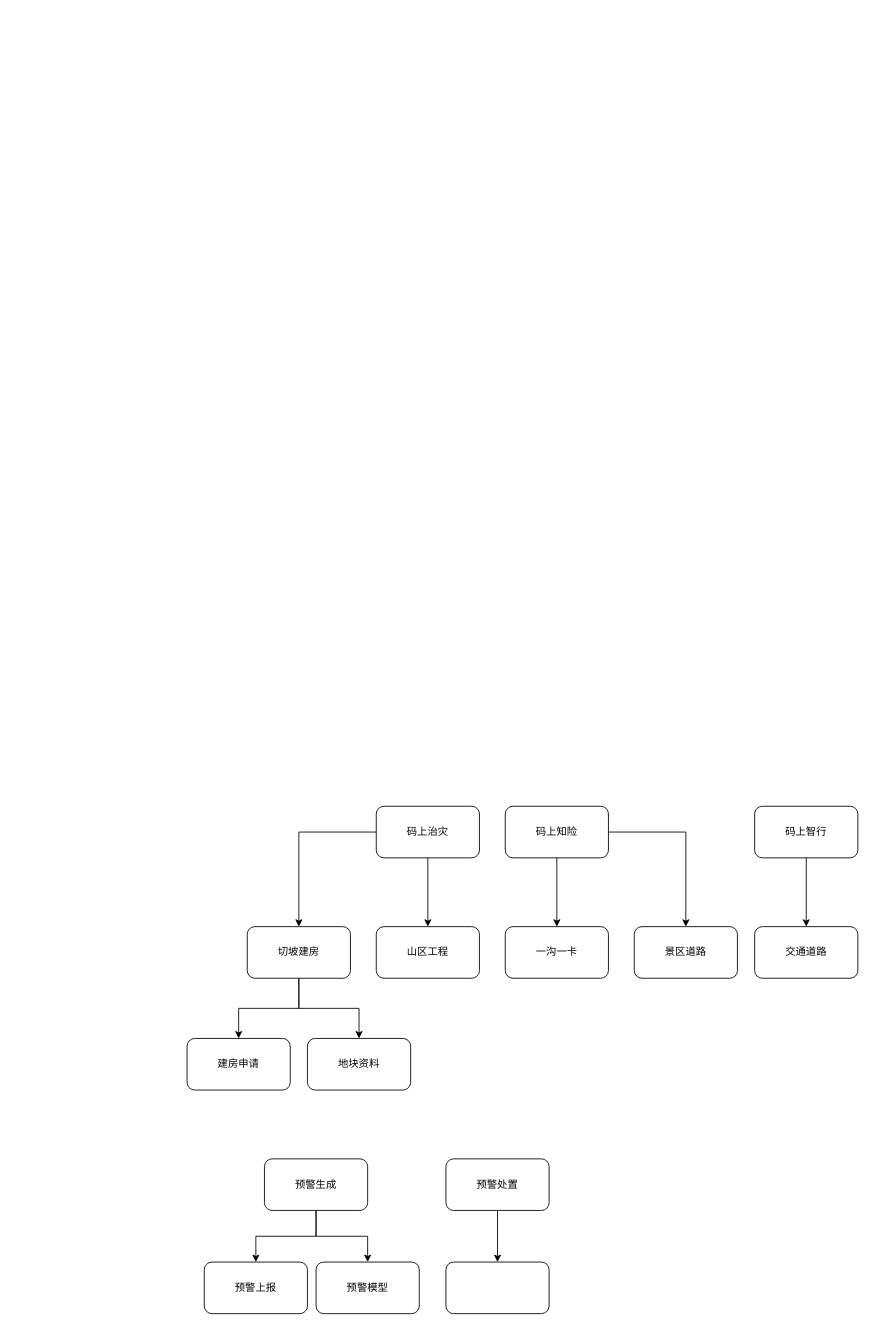
Before: 柯城地灾模块设计.drawio in shoacom/docs, a draw.io diagram. Source tidied: cells renumbered, new cells numbered last; positions are measured from the earlier drawing's top-left corner, leaving out a move shared by most shapes. Both pictures are drawn from the tidied source at 86%, with x=0, y=0 at pixel (187, 806).
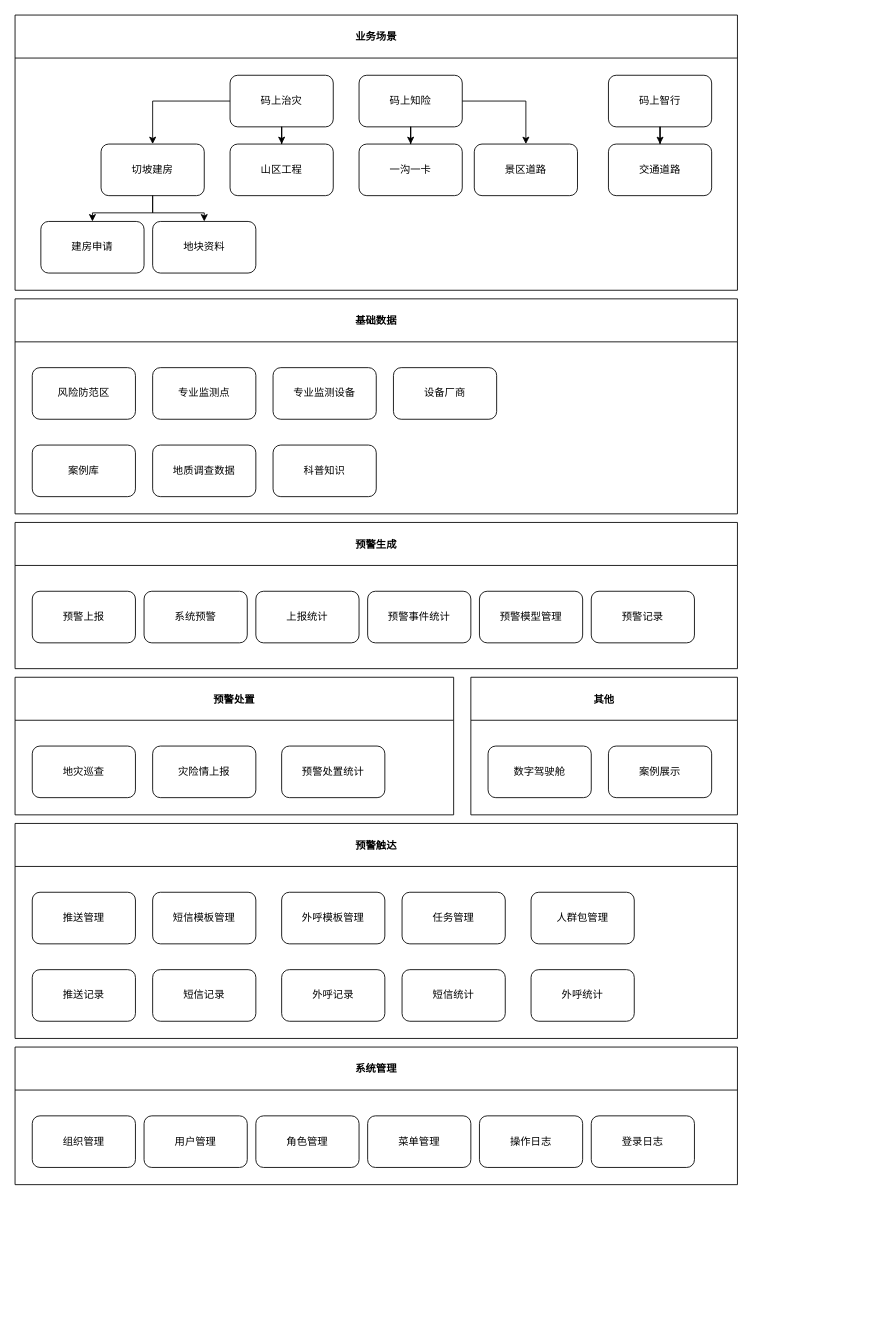
The same page after the edit.

Commit message (it also covers changes not shown here):
Update 柯城地灾模块设计.drawio

Diff of the diagram source:
```diff
@@
+    <mxCell id="27" value="业务场景" style="swimlane;fontColor=default;strokeColor=default;fillColor=default;startSize=50;" parent="1" vertex="1">
+      <mxGeometry x="-200" y="-920" width="840" height="320" as="geometry" />
+    </mxCell>
+    <mxCell id="4" value="码上治灾" style="rounded=1;whiteSpace=wrap;html=1;fillColor=default;strokeColor=default;fontColor=default;labelBackgroundColor=default;" parent="27" vertex="1">
+      <mxGeometry x="250" y="70" width="120" height="60" as="geometry" />
+    </mxCell>
+    <mxCell id="7" value="切坡建房" style="whiteSpace=wrap;html=1;rounded=1;fillColor=default;strokeColor=default;fontColor=default;labelBackgroundColor=default;" parent="27" vertex="1">
+      <mxGeometry x="100" y="150" width="120" height="60" as="geometry" />
+    </mxCell>
-    <mxCell id="2" style="edgeStyle=orthogonalEdgeStyle;rounded=0;jettySize=auto;html=1;fontColor=default;" parent="1" edge="1" source="4" target="7">
+    <mxCell id="2" style="edgeStyle=orthogonalEdgeStyle;rounded=0;jettySize=auto;html=1;fontColor=default;strokeColor=default;labelBackgroundColor=default;fillColor=default;" parent="27" edge="1" source="4" target="7">
       <mxGeometry relative="1" as="geometry" />
     </mxCell>
+    <mxCell id="8" value="山区工程" style="whiteSpace=wrap;html=1;rounded=1;strokeColor=default;labelBackgroundColor=default;fontColor=default;fillColor=default;" parent="27" vertex="1">
+      <mxGeometry x="250" y="150" width="120" height="60" as="geometry" />
+    </mxCell>
-    <mxCell id="3" style="edgeStyle=orthogonalEdgeStyle;rounded=0;jettySize=auto;html=1;fontColor=default;" parent="1" edge="1" source="4" target="8">
+    <mxCell id="3" style="edgeStyle=orthogonalEdgeStyle;rounded=0;jettySize=auto;html=1;fontColor=default;strokeColor=default;labelBackgroundColor=default;fillColor=default;" parent="27" edge="1" source="4" target="8">
       <mxGeometry relative="1" as="geometry" />
     </mxCell>
-    <mxCell id="4" value="码上治灾" style="rounded=1;whiteSpace=wrap;html=1;fillColor=default;strokeColor=default;fontColor=default;" parent="1" vertex="1">
-      <mxGeometry x="220" width="120" height="60" as="geometry" />
-    </mxCell>
-    <mxCell id="5" style="edgeStyle=orthogonalEdgeStyle;rounded=0;jettySize=auto;html=1;fontColor=default;" parent="1" edge="1" source="7" target="17">
-      <mxGeometry relative="1" as="geometry" />
-    </mxCell>
-    <mxCell id="6" style="edgeStyle=orthogonalEdgeStyle;rounded=0;jettySize=auto;html=1;fontColor=default;" parent="1" edge="1" source="7" target="18">
-      <mxGeometry relative="1" as="geometry" />
-    </mxCell>
-    <mxCell id="7" value="切坡建房" style="whiteSpace=wrap;html=1;rounded=1;fillColor=default;strokeColor=default;fontColor=default;" parent="1" vertex="1">
-      <mxGeometry x="70" y="140" width="120" height="60" as="geometry" />
-    </mxCell>
-    <mxCell id="8" value="山区工程" style="whiteSpace=wrap;html=1;rounded=1;" parent="1" vertex="1">
-      <mxGeometry x="220" y="140" width="120" height="60" as="geometry" />
-    </mxCell>
-    <mxCell id="9" style="edgeStyle=orthogonalEdgeStyle;rounded=0;jettySize=auto;html=1;fontColor=default;" parent="1" edge="1" source="11" target="12">
-      <mxGeometry relative="1" as="geometry" />
-    </mxCell>
-    <mxCell id="10" style="edgeStyle=orthogonalEdgeStyle;rounded=0;jettySize=auto;html=1;fontColor=default;" parent="1" edge="1" source="11" target="13">
-      <mxGeometry relative="1" as="geometry" />
-    </mxCell>
-    <mxCell id="11" value="码上知险" style="rounded=1;whiteSpace=wrap;html=1;fillColor=default;strokeColor=default;fontColor=default;" parent="1" vertex="1">
-      <mxGeometry x="370" width="120" height="60" as="geometry" />
+    <mxCell id="11" value="码上知险" style="rounded=1;whiteSpace=wrap;html=1;fillColor=default;strokeColor=default;fontColor=default;labelBackgroundColor=default;" parent="27" vertex="1">
+      <mxGeometry x="400" y="70" width="120" height="60" as="geometry" />
     </mxCell>
-    <mxCell id="12" value="一沟一卡" style="whiteSpace=wrap;html=1;rounded=1;" parent="1" vertex="1">
-      <mxGeometry x="370" y="140" width="120" height="60" as="geometry" />
+    <mxCell id="12" value="一沟一卡" style="whiteSpace=wrap;html=1;rounded=1;strokeColor=default;labelBackgroundColor=default;fontColor=default;fillColor=default;" parent="27" vertex="1">
+      <mxGeometry x="400" y="150" width="120" height="60" as="geometry" />
     </mxCell>
+    <mxCell id="9" style="edgeStyle=orthogonalEdgeStyle;rounded=0;jettySize=auto;html=1;fontColor=default;strokeColor=default;labelBackgroundColor=default;fillColor=default;" parent="27" edge="1" source="11" target="12">
+      <mxGeometry relative="1" as="geometry" />
+    </mxCell>
-    <mxCell id="13" value="景区道路" style="whiteSpace=wrap;html=1;rounded=1;fillColor=default;strokeColor=default;fontColor=default;" parent="1" vertex="1">
-      <mxGeometry x="520" y="140" width="120" height="60" as="geometry" />
+    <mxCell id="13" value="景区道路" style="whiteSpace=wrap;html=1;rounded=1;fillColor=default;strokeColor=default;fontColor=default;labelBackgroundColor=default;" parent="27" vertex="1">
+      <mxGeometry x="534" y="150" width="120" height="60" as="geometry" />
     </mxCell>
-    <mxCell id="14" style="edgeStyle=orthogonalEdgeStyle;rounded=0;jettySize=auto;html=1;fontColor=default;" parent="1" edge="1" source="15" target="16">
-      <mxGeometry relative="1" as="geometry" />
-    </mxCell>
+    <mxCell id="10" style="edgeStyle=orthogonalEdgeStyle;rounded=0;jettySize=auto;html=1;fontColor=default;strokeColor=default;labelBackgroundColor=default;fillColor=default;" parent="27" edge="1" source="11" target="13">
+      <mxGeometry relative="1" as="geometry" />
+    </mxCell>
-    <mxCell id="15" value="码上智行" style="rounded=1;whiteSpace=wrap;html=1;fillColor=default;strokeColor=default;fontColor=default;" parent="1" vertex="1">
-      <mxGeometry x="660" width="120" height="60" as="geometry" />
+    <mxCell id="15" value="码上智行" style="rounded=1;whiteSpace=wrap;html=1;fillColor=default;strokeColor=default;fontColor=default;labelBackgroundColor=default;" parent="27" vertex="1">
+      <mxGeometry x="690" y="70" width="120" height="60" as="geometry" />
     </mxCell>
-    <mxCell id="16" value="交通道路" style="whiteSpace=wrap;html=1;rounded=1;" parent="1" vertex="1">
-      <mxGeometry x="660" y="140" width="120" height="60" as="geometry" />
+    <mxCell id="16" value="交通道路" style="whiteSpace=wrap;html=1;rounded=1;strokeColor=default;labelBackgroundColor=default;fontColor=default;fillColor=default;" parent="27" vertex="1">
+      <mxGeometry x="690" y="150" width="120" height="60" as="geometry" />
     </mxCell>
+    <mxCell id="14" style="edgeStyle=orthogonalEdgeStyle;rounded=0;jettySize=auto;html=1;fontColor=default;strokeColor=default;labelBackgroundColor=default;fillColor=default;" parent="27" edge="1" source="15" target="16">
+      <mxGeometry relative="1" as="geometry" />
+    </mxCell>
+    <mxCell id="18" value="地块资料" style="whiteSpace=wrap;html=1;rounded=1;fillColor=default;strokeColor=default;fontColor=default;labelBackgroundColor=default;" parent="27" vertex="1">
+      <mxGeometry x="160" y="240" width="120" height="60" as="geometry" />
+    </mxCell>
+    <mxCell id="6" style="edgeStyle=orthogonalEdgeStyle;rounded=0;jettySize=auto;html=1;fontColor=default;strokeColor=default;labelBackgroundColor=default;fillColor=default;" parent="27" edge="1" source="7" target="18">
+      <mxGeometry relative="1" as="geometry" />
+    </mxCell>
-    <mxCell id="17" value="建房申请" style="whiteSpace=wrap;html=1;rounded=1;fillColor=default;strokeColor=default;fontColor=default;" parent="1" vertex="1">
-      <mxGeometry y="270" width="120" height="60" as="geometry" />
+    <mxCell id="17" value="&lt;span&gt;建房申请&lt;/span&gt;" style="whiteSpace=wrap;html=1;rounded=1;labelBackgroundColor=default;fillColor=default;strokeColor=default;fontColor=default;" parent="27" vertex="1">
+      <mxGeometry x="30" y="240" width="120" height="60" as="geometry" />
     </mxCell>
-    <mxCell id="18" value="地块资料" style="whiteSpace=wrap;html=1;rounded=1;fillColor=default;strokeColor=default;fontColor=default;" parent="1" vertex="1">
-      <mxGeometry x="140" y="270" width="120" height="60" as="geometry" />
-    </mxCell>
-    <mxCell id="19" style="edgeStyle=orthogonalEdgeStyle;rounded=0;jettySize=auto;html=1;fontColor=default;" parent="1" edge="1" source="21" target="22">
-      <mxGeometry relative="1" as="geometry" />
-    </mxCell>
-    <mxCell id="20" style="edgeStyle=orthogonalEdgeStyle;rounded=0;jettySize=auto;html=1;fontColor=default;" parent="1" edge="1" source="21" target="23">
-      <mxGeometry relative="1" as="geometry" />
-    </mxCell>
+    <mxCell id="5" style="edgeStyle=orthogonalEdgeStyle;rounded=0;jettySize=auto;html=1;labelBackgroundColor=default;fontColor=default;strokeColor=default;fillColor=default;" parent="27" edge="1" source="7" target="17">
+      <mxGeometry relative="1" as="geometry" />
+    </mxCell>
+    <mxCell id="28" value="基础数据" style="swimlane;fontColor=default;strokeColor=default;fillColor=default;startSize=50;" parent="1" vertex="1">
+      <mxGeometry x="-200" y="-590" width="840" height="250" as="geometry" />
+    </mxCell>
+    <mxCell id="29" value="风险防范区" style="rounded=1;whiteSpace=wrap;html=1;labelBackgroundColor=default;fontColor=default;strokeColor=default;fillColor=default;" parent="28" vertex="1">
+      <mxGeometry x="20" y="80" width="120" height="60" as="geometry" />
+    </mxCell>
+    <mxCell id="30" value="专业监测点" style="rounded=1;whiteSpace=wrap;html=1;labelBackgroundColor=default;fontColor=default;strokeColor=default;fillColor=default;" parent="28" vertex="1">
+      <mxGeometry x="160" y="80" width="120" height="60" as="geometry" />
+    </mxCell>
+    <mxCell id="31" value="专业监测设备" style="rounded=1;whiteSpace=wrap;html=1;labelBackgroundColor=default;fontColor=default;strokeColor=default;fillColor=default;" parent="28" vertex="1">
+      <mxGeometry x="300" y="80" width="120" height="60" as="geometry" />
+    </mxCell>
+    <mxCell id="32" value="设备厂商" style="rounded=1;whiteSpace=wrap;html=1;labelBackgroundColor=default;fontColor=default;strokeColor=default;fillColor=default;" parent="28" vertex="1">
+      <mxGeometry x="440" y="80" width="120" height="60" as="geometry" />
+    </mxCell>
+    <mxCell id="33" value="案例库" style="rounded=1;whiteSpace=wrap;html=1;labelBackgroundColor=default;fontColor=default;strokeColor=default;fillColor=default;" parent="28" vertex="1">
+      <mxGeometry x="20" y="170" width="120" height="60" as="geometry" />
+    </mxCell>
+    <mxCell id="34" value="地质调查数据" style="rounded=1;whiteSpace=wrap;html=1;labelBackgroundColor=default;fontColor=default;strokeColor=default;fillColor=default;" parent="28" vertex="1">
+      <mxGeometry x="160" y="170" width="120" height="60" as="geometry" />
+    </mxCell>
+    <mxCell id="35" value="科普知识" style="rounded=1;whiteSpace=wrap;html=1;labelBackgroundColor=default;fontColor=default;strokeColor=default;fillColor=default;" parent="28" vertex="1">
+      <mxGeometry x="300" y="170" width="120" height="60" as="geometry" />
+    </mxCell>
-    <mxCell id="21" value="预警生成" style="rounded=1;whiteSpace=wrap;html=1;fontColor=default;strokeColor=default;fillColor=default;" parent="1" vertex="1">
-      <mxGeometry x="90" y="410" width="120" height="60" as="geometry" />
+    <mxCell id="21" value="预警生成" style="swimlane;fontColor=default;strokeColor=default;fillColor=default;startSize=50;" parent="1" vertex="1">
+      <mxGeometry x="-200" y="-330" width="840" height="170" as="geometry" />
     </mxCell>
+    <mxCell id="36" value="系统预警" style="rounded=1;whiteSpace=wrap;html=1;labelBackgroundColor=default;fontColor=default;strokeColor=default;fillColor=default;" parent="21" vertex="1">
+      <mxGeometry x="150" y="80" width="120" height="60" as="geometry" />
+    </mxCell>
-    <mxCell id="22" value="预警上报" style="whiteSpace=wrap;html=1;rounded=1;fillColor=default;strokeColor=default;fontColor=default;" parent="1" vertex="1">
-      <mxGeometry x="20" y="530" width="120" height="60" as="geometry" />
+    <mxCell id="22" value="预警上报" style="rounded=1;whiteSpace=wrap;html=1;labelBackgroundColor=default;fontColor=default;strokeColor=default;fillColor=default;" parent="21" vertex="1">
+      <mxGeometry x="20" y="80" width="120" height="60" as="geometry" />
     </mxCell>
-    <mxCell id="23" value="预警模型" style="whiteSpace=wrap;html=1;rounded=1;fillColor=default;strokeColor=default;fontColor=default;" parent="1" vertex="1">
-      <mxGeometry x="150" y="530" width="120" height="60" as="geometry" />
-    </mxCell>
-    <mxCell id="24" style="edgeStyle=orthogonalEdgeStyle;rounded=0;jettySize=auto;html=1;fontColor=default;" parent="1" edge="1" source="25" target="26">
-      <mxGeometry relative="1" as="geometry" />
-    </mxCell>
+    <mxCell id="37" value="上报统计" style="rounded=1;whiteSpace=wrap;html=1;labelBackgroundColor=default;fontColor=default;strokeColor=default;fillColor=default;" parent="21" vertex="1">
+      <mxGeometry x="280" y="80" width="120" height="60" as="geometry" />
+    </mxCell>
+    <mxCell id="38" value="预警事件统计" style="rounded=1;whiteSpace=wrap;html=1;labelBackgroundColor=default;fontColor=default;strokeColor=default;fillColor=default;" parent="21" vertex="1">
+      <mxGeometry x="410" y="80" width="120" height="60" as="geometry" />
+    </mxCell>
+    <mxCell id="39" value="预警模型管理" style="rounded=1;whiteSpace=wrap;html=1;labelBackgroundColor=default;fontColor=default;strokeColor=default;fillColor=default;" parent="21" vertex="1">
+      <mxGeometry x="540" y="80" width="120" height="60" as="geometry" />
+    </mxCell>
+    <mxCell id="40" value="预警记录" style="rounded=1;whiteSpace=wrap;html=1;labelBackgroundColor=default;fontColor=default;strokeColor=default;fillColor=default;" parent="21" vertex="1">
+      <mxGeometry x="670" y="80" width="120" height="60" as="geometry" />
+    </mxCell>
-    <mxCell id="25" value="预警处置" style="rounded=1;whiteSpace=wrap;html=1;fontColor=default;strokeColor=default;fillColor=default;" parent="1" vertex="1">
-      <mxGeometry x="301" y="410" width="120" height="60" as="geometry" />
+    <mxCell id="25" value="预警处置" style="swimlane;fontColor=default;strokeColor=default;fillColor=default;startSize=50;" parent="1" vertex="1">
+      <mxGeometry x="-200" y="-150" width="510" height="160" as="geometry" />
     </mxCell>
-    <mxCell id="26" style="whiteSpace=wrap;html=1;rounded=1;fillColor=default;strokeColor=default;fontColor=default;" parent="1" vertex="1">
-      <mxGeometry x="301" y="530" width="120" height="60" as="geometry" />
-    </mxCell>
+    <mxCell id="41" value="灾险情上报" style="rounded=1;whiteSpace=wrap;html=1;labelBackgroundColor=default;fontColor=default;strokeColor=default;fillColor=default;" parent="25" vertex="1">
+      <mxGeometry x="160" y="80" width="120" height="60" as="geometry" />
+    </mxCell>
+    <mxCell id="42" value="地灾巡查" style="rounded=1;whiteSpace=wrap;html=1;labelBackgroundColor=default;fontColor=default;strokeColor=default;fillColor=default;" parent="25" vertex="1">
+      <mxGeometry x="20" y="80" width="120" height="60" as="geometry" />
+    </mxCell>
+    <mxCell id="43" value="预警处置统计" style="rounded=1;whiteSpace=wrap;html=1;labelBackgroundColor=default;fontColor=default;strokeColor=default;fillColor=default;" parent="25" vertex="1">
+      <mxGeometry x="310" y="80" width="120" height="60" as="geometry" />
+    </mxCell>
+    <mxCell id="44" value="预警触达" style="swimlane;fontColor=default;strokeColor=default;fillColor=default;startSize=50;" parent="1" vertex="1">
+      <mxGeometry x="-200" y="20" width="840" height="250" as="geometry" />
+    </mxCell>
+    <mxCell id="45" value="短信模板管理" style="rounded=1;whiteSpace=wrap;html=1;labelBackgroundColor=default;fontColor=default;strokeColor=default;fillColor=default;" parent="44" vertex="1">
+      <mxGeometry x="160" y="80" width="120" height="60" as="geometry" />
+    </mxCell>
+    <mxCell id="46" value="推送管理" style="rounded=1;whiteSpace=wrap;html=1;labelBackgroundColor=default;fontColor=default;strokeColor=default;fillColor=default;" parent="44" vertex="1">
+      <mxGeometry x="20" y="80" width="120" height="60" as="geometry" />
+    </mxCell>
+    <mxCell id="47" value="外呼模板管理" style="rounded=1;whiteSpace=wrap;html=1;labelBackgroundColor=default;fontColor=default;strokeColor=default;fillColor=default;" parent="44" vertex="1">
+      <mxGeometry x="310" y="80" width="120" height="60" as="geometry" />
+    </mxCell>
+    <mxCell id="48" value="任务管理" style="rounded=1;whiteSpace=wrap;html=1;labelBackgroundColor=default;fontColor=default;strokeColor=default;fillColor=default;" parent="44" vertex="1">
+      <mxGeometry x="450" y="80" width="120" height="60" as="geometry" />
+    </mxCell>
+    <mxCell id="49" value="人群包管理" style="rounded=1;whiteSpace=wrap;html=1;labelBackgroundColor=default;fontColor=default;strokeColor=default;fillColor=default;" parent="44" vertex="1">
+      <mxGeometry x="600" y="80" width="120" height="60" as="geometry" />
+    </mxCell>
+    <mxCell id="50" value="短信记录" style="rounded=1;whiteSpace=wrap;html=1;labelBackgroundColor=default;fontColor=default;strokeColor=default;fillColor=default;" parent="44" vertex="1">
+      <mxGeometry x="160" y="170" width="120" height="60" as="geometry" />
+    </mxCell>
+    <mxCell id="51" value="外呼记录" style="rounded=1;whiteSpace=wrap;html=1;labelBackgroundColor=default;fontColor=default;strokeColor=default;fillColor=default;" parent="44" vertex="1">
+      <mxGeometry x="310" y="170" width="120" height="60" as="geometry" />
+    </mxCell>
+    <mxCell id="52" value="推送记录" style="rounded=1;whiteSpace=wrap;html=1;labelBackgroundColor=default;fontColor=default;strokeColor=default;fillColor=default;" parent="44" vertex="1">
+      <mxGeometry x="20" y="170" width="120" height="60" as="geometry" />
+    </mxCell>
+    <mxCell id="53" value="短信统计" style="rounded=1;whiteSpace=wrap;html=1;labelBackgroundColor=default;fontColor=default;strokeColor=default;fillColor=default;" parent="44" vertex="1">
+      <mxGeometry x="450" y="170" width="120" height="60" as="geometry" />
+    </mxCell>
+    <mxCell id="54" value="外呼统计" style="rounded=1;whiteSpace=wrap;html=1;labelBackgroundColor=default;fontColor=default;strokeColor=default;fillColor=default;" parent="44" vertex="1">
+      <mxGeometry x="600" y="170" width="120" height="60" as="geometry" />
+    </mxCell>
+    <mxCell id="55" value="其他" style="swimlane;fontColor=default;strokeColor=default;fillColor=default;startSize=50;" parent="1" vertex="1">
+      <mxGeometry x="330" y="-150" width="310" height="160" as="geometry" />
+    </mxCell>
+    <mxCell id="56" value="案例展示" style="rounded=1;whiteSpace=wrap;html=1;labelBackgroundColor=default;fontColor=default;strokeColor=default;fillColor=default;" parent="55" vertex="1">
+      <mxGeometry x="160" y="80" width="120" height="60" as="geometry" />
+    </mxCell>
+    <mxCell id="57" value="数字驾驶舱" style="rounded=1;whiteSpace=wrap;html=1;labelBackgroundColor=default;fontColor=default;strokeColor=default;fillColor=default;" parent="55" vertex="1">
+      <mxGeometry x="20" y="80" width="120" height="60" as="geometry" />
+    </mxCell>
+    <mxCell id="58" value="系统管理" style="swimlane;fontColor=default;strokeColor=default;fillColor=default;startSize=50;" parent="1" vertex="1">
+      <mxGeometry x="-200" y="280" width="840" height="160" as="geometry" />
+    </mxCell>
+    <mxCell id="59" value="用户管理" style="rounded=1;whiteSpace=wrap;html=1;labelBackgroundColor=default;fontColor=default;strokeColor=default;fillColor=default;" parent="58" vertex="1">
+      <mxGeometry x="150" y="80" width="120" height="60" as="geometry" />
+    </mxCell>
+    <mxCell id="60" value="组织管理" style="rounded=1;whiteSpace=wrap;html=1;labelBackgroundColor=default;fontColor=default;strokeColor=default;fillColor=default;" parent="58" vertex="1">
+      <mxGeometry x="20" y="80" width="120" height="60" as="geometry" />
+    </mxCell>
+    <mxCell id="61" value="角色管理" style="rounded=1;whiteSpace=wrap;html=1;labelBackgroundColor=default;fontColor=default;strokeColor=default;fillColor=default;" parent="58" vertex="1">
+      <mxGeometry x="280" y="80" width="120" height="60" as="geometry" />
+    </mxCell>
+    <mxCell id="62" value="菜单管理" style="rounded=1;whiteSpace=wrap;html=1;labelBackgroundColor=default;fontColor=default;strokeColor=default;fillColor=default;" parent="58" vertex="1">
+      <mxGeometry x="410" y="80" width="120" height="60" as="geometry" />
+    </mxCell>
+    <mxCell id="63" value="操作日志" style="rounded=1;whiteSpace=wrap;html=1;labelBackgroundColor=default;fontColor=default;strokeColor=default;fillColor=default;" parent="58" vertex="1">
+      <mxGeometry x="540" y="80" width="120" height="60" as="geometry" />
+    </mxCell>
+    <mxCell id="64" value="登录日志" style="rounded=1;whiteSpace=wrap;html=1;labelBackgroundColor=default;fontColor=default;strokeColor=default;fillColor=default;" parent="58" vertex="1">
+      <mxGeometry x="670" y="80" width="120" height="60" as="geometry" />
+    </mxCell>
```
